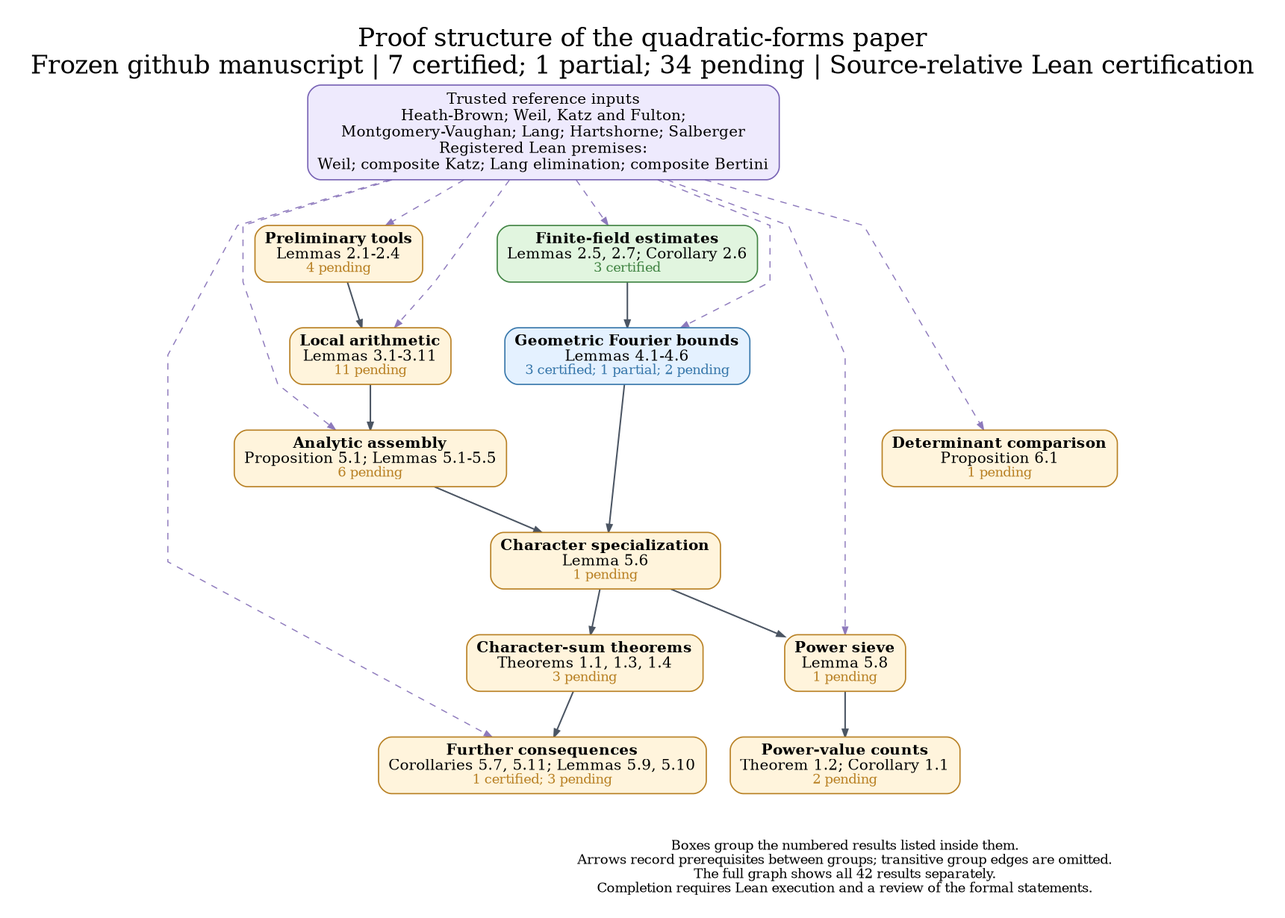
Earlier version of the Graphviz export docs/dependency_overview.png (nicolasrobles/quaternary-quadratic-forms). Its source is kept beside it as docs/dependency_overview.dot.
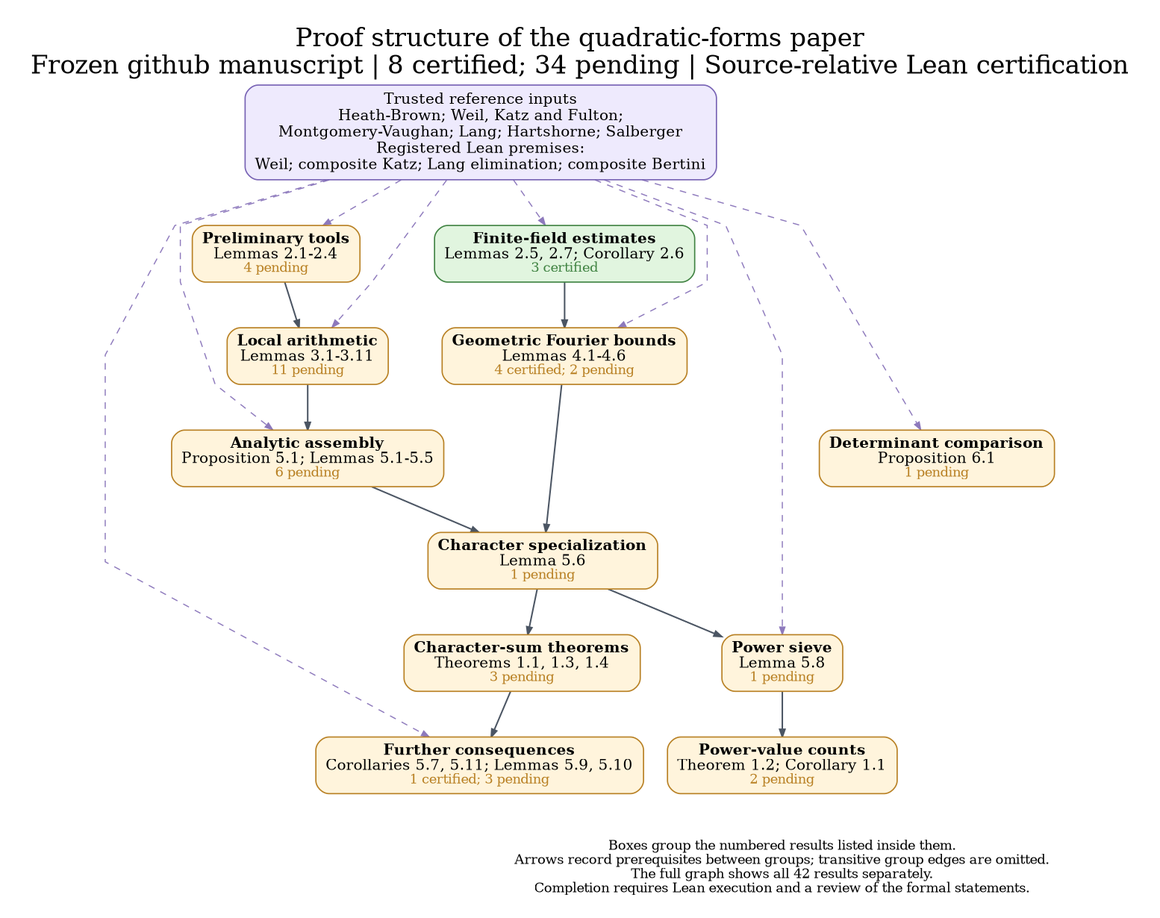
Above is the later version.

Change to the diagram source:
```diff
@@ -1,7 +1,7 @@
 digraph Overview {
 graph [rankdir=TB, newrank=true, compound=true, outputorder=edgesfirst,
   bgcolor="white", fontname="DejaVu Serif", fontsize=23, labelloc=t,
-  label="Proof structure of the quadratic-forms paper\nFrozen github manuscript | 7 certified; 1 partial; 34 pending | Source-relative Lean certification",
+  label="Proof structure of the quadratic-forms paper\nFrozen github manuscript | 8 certified; 34 pending | Source-relative Lean certification",
   nodesep=0.30, ranksep=0.58, pad=0.28, splines=polyline];
 node [shape=box, style="rounded,filled", fillcolor="#fff4dc", color="#b88023",
   fontname="DejaVu Serif", fontsize=14, penwidth=1.15, margin="0.12,0.09"];
@@ -10,7 +10,7 @@
 "prelim" [label=<<B>Preliminary tools</B><BR/>Lemmas 2.1-2.4<BR/><FONT POINT-SIZE="12" COLOR="#b88023">4 pending</FONT>>, fillcolor="#fff4dc", color="#b88023", URL="https://github.com/nicolasrobles/quaternary-quadratic-forms/blob/main/INVENTORY.md", target="_blank"];
 "finite" [label=<<B>Finite-field estimates</B><BR/>Lemmas 2.5, 2.7; Corollary 2.6<BR/><FONT POINT-SIZE="12" COLOR="#408342">3 certified</FONT>>, fillcolor="#e1f5df", color="#408342", URL="https://github.com/nicolasrobles/quaternary-quadratic-forms/blob/main/INVENTORY.md", target="_blank"];
 "local" [label=<<B>Local arithmetic</B><BR/>Lemmas 3.1-3.11<BR/><FONT POINT-SIZE="12" COLOR="#b88023">11 pending</FONT>>, fillcolor="#fff4dc", color="#b88023", URL="https://github.com/nicolasrobles/quaternary-quadratic-forms/blob/main/INVENTORY.md", target="_blank"];
-"fourier" [label=<<B>Geometric Fourier bounds</B><BR/>Lemmas 4.1-4.6<BR/><FONT POINT-SIZE="12" COLOR="#3676aa">3 certified; 1 partial; 2 pending</FONT>>, fillcolor="#e4f1ff", color="#3676aa", URL="https://github.com/nicolasrobles/quaternary-quadratic-forms/blob/main/INVENTORY.md", target="_blank"];
+"fourier" [label=<<B>Geometric Fourier bounds</B><BR/>Lemmas 4.1-4.6<BR/><FONT POINT-SIZE="12" COLOR="#b88023">4 certified; 2 pending</FONT>>, fillcolor="#fff4dc", color="#b88023", URL="https://github.com/nicolasrobles/quaternary-quadratic-forms/blob/main/INVENTORY.md", target="_blank"];
 "analytic" [label=<<B>Analytic assembly</B><BR/>Proposition 5.1; Lemmas 5.1-5.5<BR/><FONT POINT-SIZE="12" COLOR="#b88023">6 pending</FONT>>, fillcolor="#fff4dc", color="#b88023", URL="https://github.com/nicolasrobles/quaternary-quadratic-forms/blob/main/INVENTORY.md", target="_blank"];
 "characters" [label=<<B>Character specialization</B><BR/>Lemma 5.6<BR/><FONT POINT-SIZE="12" COLOR="#b88023">1 pending</FONT>>, fillcolor="#fff4dc", color="#b88023", URL="https://github.com/nicolasrobles/quaternary-quadratic-forms/blob/main/INVENTORY.md", target="_blank"];
 "sieve" [label=<<B>Power sieve</B><BR/>Lemma 5.8<BR/><FONT POINT-SIZE="12" COLOR="#b88023">1 pending</FONT>>, fillcolor="#fff4dc", color="#b88023", URL="https://github.com/nicolasrobles/quaternary-quadratic-forms/blob/main/INVENTORY.md", target="_blank"];
```
